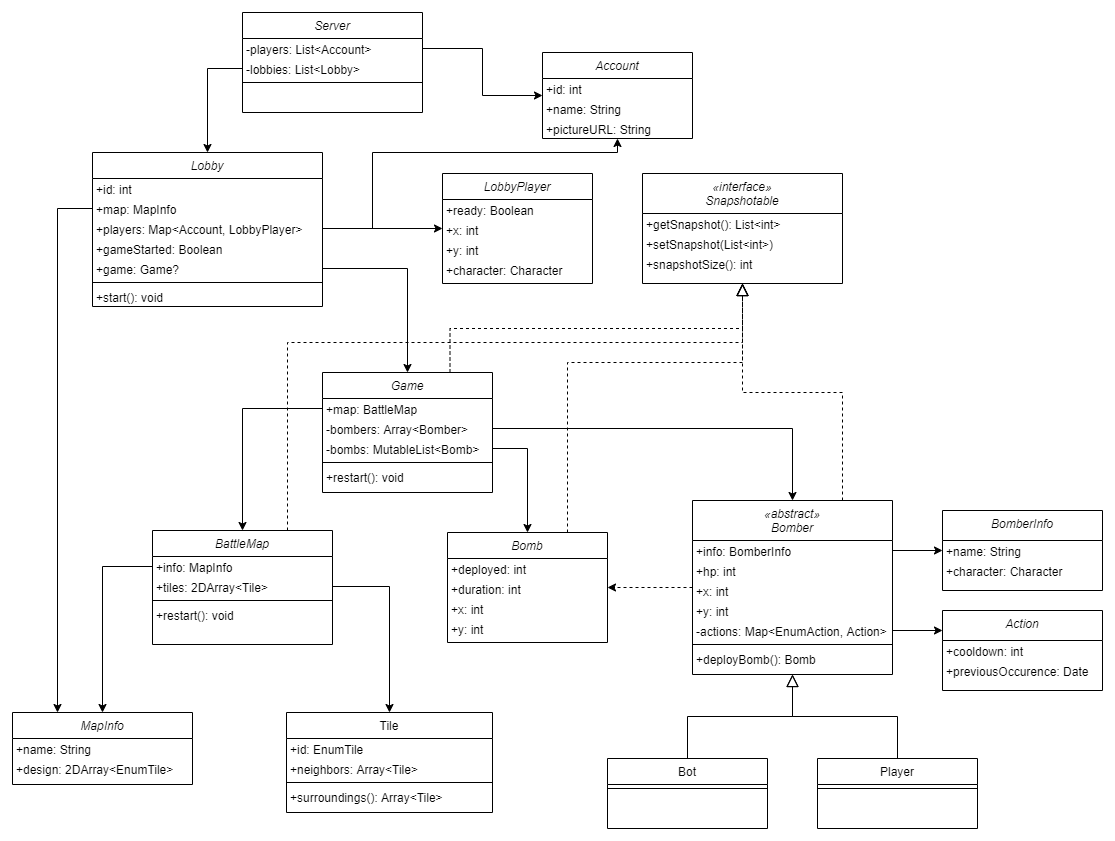
Before: docs/GoGo.png, a diagram exported from draw.io (Darderion/GoGo). Source tidied: cells renumbered, new cells last; positions are measured from the earlier drawing's top-left corner, leaving out a move shared by most shapes.
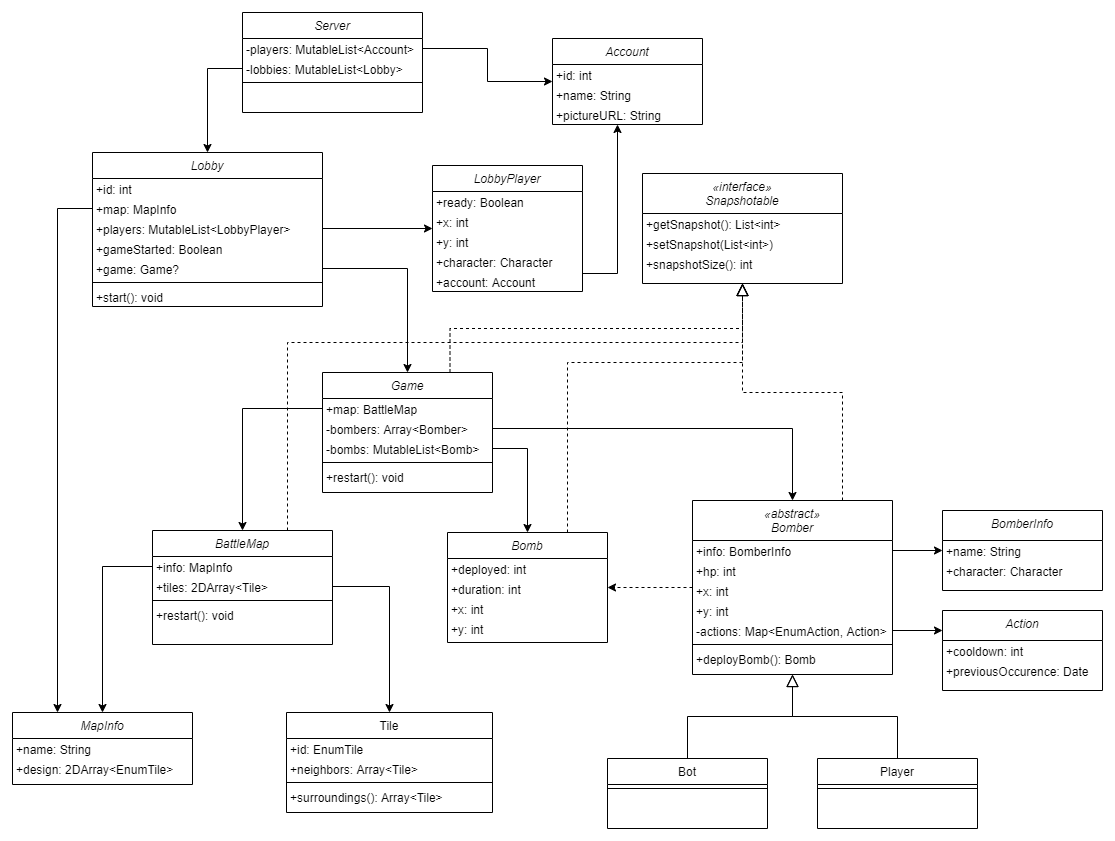
After the change.

Commit message:
Added account to LobbyPlayer

Diff of the diagram source:
```diff
@@ -137,10 +137,10 @@
     <mxCell id="46" value="Server" style="swimlane;fontStyle=2;align=center;verticalAlign=top;horizontal=1;startSize=26;rounded=0;shadow=0;strokeWidth=1;" parent="1" vertex="1">
       <mxGeometry x="230" width="180" height="100" as="geometry" />
     </mxCell>
-    <mxCell id="47" value="-players: List&lt;Account&gt;" style="text;align=left;verticalAlign=top;spacingLeft=4;spacingRight=4;overflow=hidden;points=[[0,0.5],[1,0.5]];portConstraint=eastwest;spacing=0;" parent="46" vertex="1">
+    <mxCell id="47" value="-players: MutableList&lt;Account&gt;" style="text;align=left;verticalAlign=top;spacingLeft=4;spacingRight=4;overflow=hidden;points=[[0,0.5],[1,0.5]];portConstraint=eastwest;spacing=0;" parent="46" vertex="1">
       <mxGeometry y="26" width="180" height="20" as="geometry" />
     </mxCell>
-    <mxCell id="48" value="-lobbies: List&lt;Lobby&gt;" style="text;align=left;verticalAlign=top;spacingLeft=4;spacingRight=4;overflow=hidden;points=[[0,0.5],[1,0.5]];portConstraint=eastwest;spacing=0;" parent="46" vertex="1">
+    <mxCell id="48" value="-lobbies: MutableList&lt;Lobby&gt;" style="text;align=left;verticalAlign=top;spacingLeft=4;spacingRight=4;overflow=hidden;points=[[0,0.5],[1,0.5]];portConstraint=eastwest;spacing=0;" parent="46" vertex="1">
       <mxGeometry y="46" width="180" height="20" as="geometry" />
     </mxCell>
     <mxCell id="49" style="line;html=1;strokeWidth=1;align=left;verticalAlign=middle;spacingTop=-1;spacingLeft=3;spacingRight=3;labelPosition=right;" parent="46" vertex="1">
@@ -158,7 +158,7 @@
     <mxCell id="53" value="+map: MapInfo" style="text;align=left;verticalAlign=top;spacingLeft=4;spacingRight=4;overflow=hidden;points=[[0,0.5],[1,0.5]];portConstraint=eastwest;spacing=0;" parent="51" vertex="1">
       <mxGeometry y="46" width="230" height="20" as="geometry" />
     </mxCell>
-    <mxCell id="54" value="+players: Map&lt;Account, LobbyPlayer&gt;" style="text;align=left;verticalAlign=top;spacingLeft=4;spacingRight=4;overflow=hidden;points=[[0,0.5],[1,0.5]];portConstraint=eastwest;spacing=0;" parent="51" vertex="1">
+    <mxCell id="54" value="+players: MutableList&lt;LobbyPlayer&gt;" style="text;align=left;verticalAlign=top;spacingLeft=4;spacingRight=4;overflow=hidden;points=[[0,0.5],[1,0.5]];portConstraint=eastwest;spacing=0;" parent="51" vertex="1">
       <mxGeometry y="66" width="230" height="20" as="geometry" />
     </mxCell>
     <mxCell id="55" value="+gameStarted: Boolean" style="text;align=left;verticalAlign=top;spacingLeft=4;spacingRight=4;overflow=hidden;spacing=0;" parent="51" vertex="1">
@@ -229,17 +229,15 @@
         </Array>
       </mxGeometry>
     </mxCell>
-    <mxCell id="75" style="edgeStyle=orthogonalEdgeStyle;rounded=0;jettySize=auto;html=1;exitX=1;exitY=0.5;exitDx=0;exitDy=0;" parent="1" edge="1" source="54" target="85">
+    <mxCell id="75" style="edgeStyle=orthogonalEdgeStyle;rounded=0;jettySize=auto;html=1;exitX=1;exitY=0.5;exitDx=0;exitDy=0;" parent="1" edge="1" source="80" target="85">
       <mxGeometry relative="1" as="geometry">
         <Array as="points">
-          <mxPoint x="360" y="216" />
-          <mxPoint x="360" y="140" />
-          <mxPoint x="605" y="140" />
+          <mxPoint x="605" y="261" />
         </Array>
       </mxGeometry>
     </mxCell>
     <mxCell id="76" value="LobbyPlayer" style="swimlane;fontStyle=2;align=center;verticalAlign=top;horizontal=1;startSize=26;rounded=0;shadow=0;strokeWidth=1;" parent="1" vertex="1">
-      <mxGeometry x="430" y="161" width="150" height="110" as="geometry" />
+      <mxGeometry x="420" y="153" width="150" height="126" as="geometry" />
     </mxCell>
     <mxCell id="77" value="+ready: Boolean" style="text;align=left;verticalAlign=top;spacingLeft=4;spacingRight=4;overflow=hidden;spacing=0;" parent="76" vertex="1">
       <mxGeometry y="26" width="150" height="20" as="geometry" />
@@ -250,8 +248,11 @@
     <mxCell id="79" value="+y: int" style="text;align=left;verticalAlign=top;spacingLeft=4;spacingRight=4;overflow=hidden;spacing=0;" parent="76" vertex="1">
       <mxGeometry y="66" width="150" height="20" as="geometry" />
     </mxCell>
+    <mxCell id="89" value="+character: Character" style="text;align=left;verticalAlign=top;spacingLeft=4;spacingRight=4;overflow=hidden;spacing=0;" parent="76" vertex="1">
+      <mxGeometry y="86" width="150" height="20" as="geometry" />
+    </mxCell>
-    <mxCell id="80" value="+character: Character" style="text;align=left;verticalAlign=top;spacingLeft=4;spacingRight=4;overflow=hidden;points=[[0,0.5],[1,0.5]];portConstraint=eastwest;spacing=0;" parent="76" vertex="1">
-      <mxGeometry y="86" width="150" height="20" as="geometry" />
+    <mxCell id="80" value="+account: Account" style="text;align=left;verticalAlign=top;spacingLeft=4;spacingRight=4;overflow=hidden;points=[[0,0.5],[1,0.5]];portConstraint=eastwest;spacing=0;" parent="76" vertex="1">
+      <mxGeometry y="106" width="150" height="20" as="geometry" />
     </mxCell>
     <mxCell id="81" value="«interface»&#10;Snapshotable" style="swimlane;fontStyle=2;align=center;verticalAlign=top;horizontal=1;startSize=40;rounded=0;shadow=0;strokeWidth=1;" parent="1" vertex="1">
       <mxGeometry x="630" y="161" width="200" height="110" as="geometry" />
@@ -266,7 +267,7 @@
       <mxGeometry y="80" width="200" height="20" as="geometry" />
     </mxCell>
     <mxCell id="85" value="Account" style="swimlane;fontStyle=2;align=center;verticalAlign=top;horizontal=1;startSize=26;rounded=0;shadow=0;strokeWidth=1;" parent="1" vertex="1">
-      <mxGeometry x="530" y="40" width="150" height="86" as="geometry" />
+      <mxGeometry x="540" y="26" width="150" height="86" as="geometry" />
     </mxCell>
     <mxCell id="86" value="+id: int" style="text;align=left;verticalAlign=top;spacingLeft=4;spacingRight=4;overflow=hidden;spacing=0;" parent="85" vertex="1">
       <mxGeometry y="26" width="150" height="20" as="geometry" />
```
